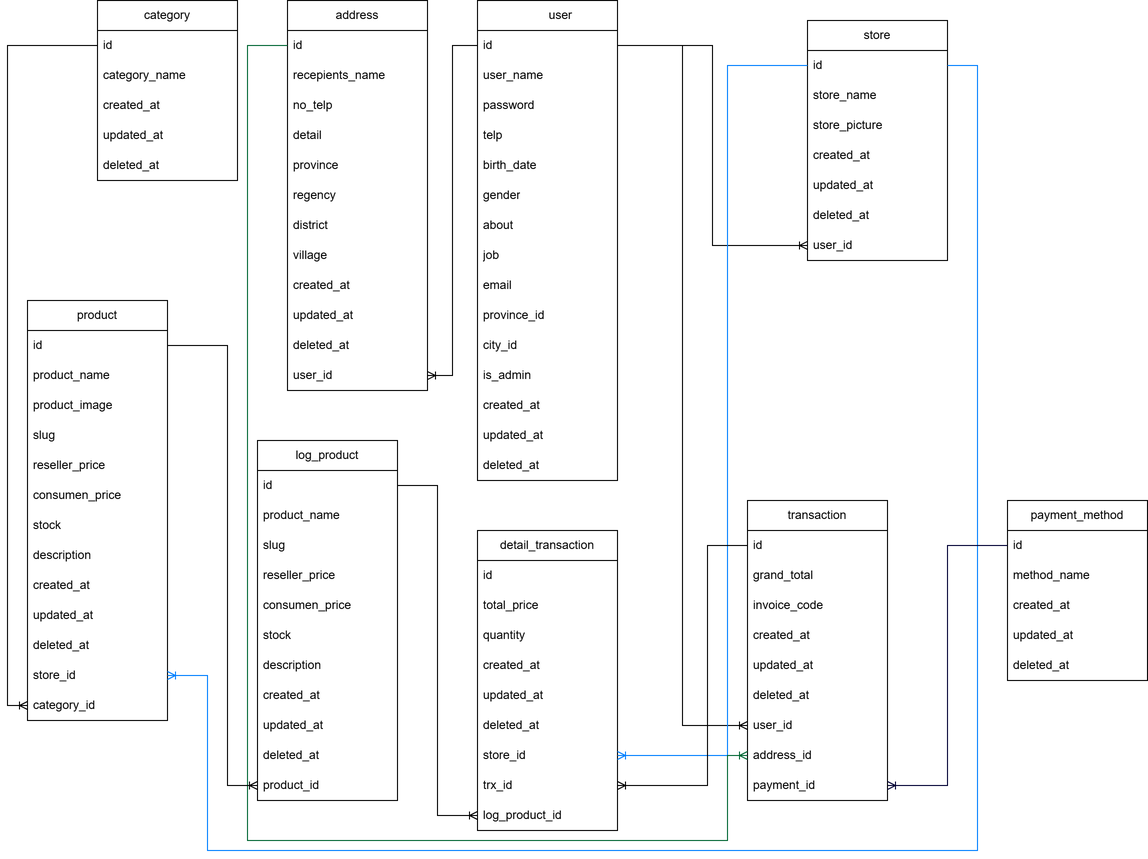
Earlier version of the draw.io export image/ERD.png (farahraihan/Evermos_PBI). Source tidied: cells renumbered, new cells last; positions are measured from the earlier drawing's top-left corner, leaving out a move shared by most shapes.
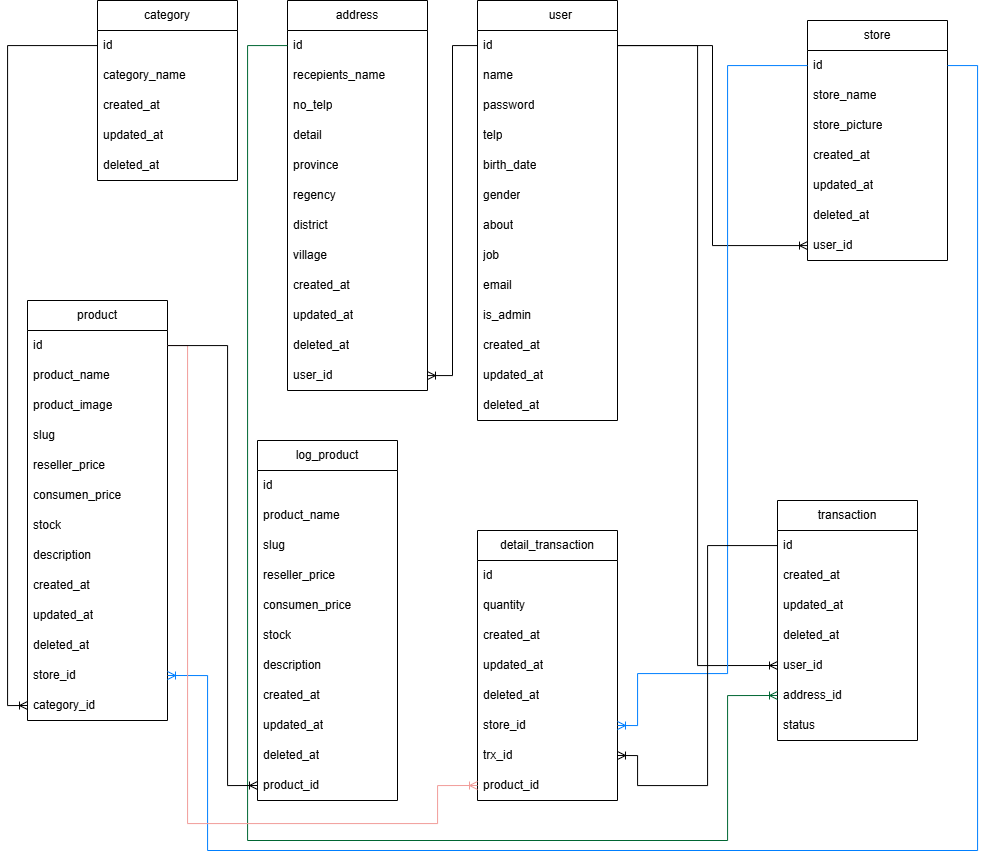
After the commit.

What changed in the source:
```diff
@@ -3,12 +3,12 @@
     <mxCell id="0" />
     <mxCell id="1" parent="0" />
     <mxCell id="2" value="&lt;span style=&quot;white-space: pre;&quot;&gt;&#9;&lt;/span&gt;user" style="swimlane;fontStyle=0;horizontal=1;startSize=30;whiteSpace=wrap;html=1;" parent="1" vertex="1">
-      <mxGeometry x="450" width="140" height="480" as="geometry" />
+      <mxGeometry x="450" width="140" height="420" as="geometry" />
     </mxCell>
     <mxCell id="3" value="id" style="text;strokeColor=none;fillColor=none;align=left;verticalAlign=middle;spacingLeft=4;spacingRight=4;overflow=hidden;points=[[0,0.5],[1,0.5]];portConstraint=eastwest;whiteSpace=wrap;html=1;" parent="2" vertex="1">
       <mxGeometry y="30" width="140" height="30" as="geometry" />
     </mxCell>
-    <mxCell id="4" value="user_name" style="text;strokeColor=none;fillColor=none;align=left;verticalAlign=middle;spacingLeft=4;spacingRight=4;overflow=hidden;whiteSpace=wrap;html=1;" parent="2" vertex="1">
+    <mxCell id="4" value="name" style="text;strokeColor=none;fillColor=none;align=left;verticalAlign=middle;spacingLeft=4;spacingRight=4;overflow=hidden;whiteSpace=wrap;html=1;" parent="2" vertex="1">
       <mxGeometry y="60" width="140" height="30" as="geometry" />
     </mxCell>
     <mxCell id="5" value="password" style="text;strokeColor=none;fillColor=none;align=left;verticalAlign=middle;spacingLeft=4;spacingRight=4;overflow=hidden;whiteSpace=wrap;html=1;" parent="2" vertex="1">
@@ -32,23 +32,17 @@
     <mxCell id="11" value="email" style="text;strokeColor=none;fillColor=none;align=left;verticalAlign=middle;spacingLeft=4;spacingRight=4;overflow=hidden;whiteSpace=wrap;html=1;" parent="2" vertex="1">
       <mxGeometry y="270" width="140" height="30" as="geometry" />
     </mxCell>
-    <mxCell id="12" value="province_id" style="text;strokeColor=none;fillColor=none;align=left;verticalAlign=middle;spacingLeft=4;spacingRight=4;overflow=hidden;whiteSpace=wrap;html=1;" parent="2" vertex="1">
-      <mxGeometry y="300" width="140" height="30" as="geometry" />
-    </mxCell>
-    <mxCell id="13" value="city_id" style="text;strokeColor=none;fillColor=none;align=left;verticalAlign=middle;spacingLeft=4;spacingRight=4;overflow=hidden;whiteSpace=wrap;html=1;" parent="2" vertex="1">
-      <mxGeometry y="330" width="140" height="30" as="geometry" />
-    </mxCell>
     <mxCell id="14" value="is_admin" style="text;strokeColor=none;fillColor=none;align=left;verticalAlign=middle;spacingLeft=4;spacingRight=4;overflow=hidden;whiteSpace=wrap;html=1;" parent="2" vertex="1">
-      <mxGeometry y="360" width="140" height="30" as="geometry" />
+      <mxGeometry y="300" width="140" height="30" as="geometry" />
     </mxCell>
     <mxCell id="15" value="created_at" style="text;strokeColor=none;fillColor=none;align=left;verticalAlign=middle;spacingLeft=4;spacingRight=4;overflow=hidden;whiteSpace=wrap;html=1;" parent="2" vertex="1">
-      <mxGeometry y="390" width="140" height="30" as="geometry" />
+      <mxGeometry y="330" width="140" height="30" as="geometry" />
     </mxCell>
     <mxCell id="16" value="updated_at" style="text;strokeColor=none;fillColor=none;align=left;verticalAlign=middle;spacingLeft=4;spacingRight=4;overflow=hidden;whiteSpace=wrap;html=1;" parent="2" vertex="1">
-      <mxGeometry y="420" width="140" height="30" as="geometry" />
+      <mxGeometry y="360" width="140" height="30" as="geometry" />
     </mxCell>
     <mxCell id="17" value="deleted_at" style="text;strokeColor=none;fillColor=none;align=left;verticalAlign=middle;spacingLeft=4;spacingRight=4;overflow=hidden;whiteSpace=wrap;html=1;" parent="2" vertex="1">
-      <mxGeometry y="450" width="140" height="30" as="geometry" />
+      <mxGeometry y="390" width="140" height="30" as="geometry" />
     </mxCell>
     <mxCell id="18" value="product" style="swimlane;fontStyle=0;horizontal=1;startSize=30;whiteSpace=wrap;html=1;" parent="1" vertex="1">
       <mxGeometry y="300" width="140" height="420" as="geometry" />
@@ -174,82 +168,55 @@
       <mxGeometry y="360" width="140" height="30" as="geometry" />
     </mxCell>
     <mxCell id="59" value="transaction" style="swimlane;fontStyle=0;horizontal=1;startSize=30;whiteSpace=wrap;html=1;" parent="1" vertex="1">
-      <mxGeometry x="720" y="500" width="140" height="300" as="geometry" />
+      <mxGeometry x="750" y="500" width="140" height="240" as="geometry" />
     </mxCell>
     <mxCell id="60" value="id" style="text;strokeColor=none;fillColor=none;align=left;verticalAlign=middle;spacingLeft=4;spacingRight=4;overflow=hidden;points=[[0,0.5],[1,0.5]];portConstraint=eastwest;whiteSpace=wrap;html=1;" parent="59" vertex="1">
       <mxGeometry y="30" width="140" height="30" as="geometry" />
     </mxCell>
-    <mxCell id="61" value="grand_total" style="text;strokeColor=none;fillColor=none;align=left;verticalAlign=middle;spacingLeft=4;spacingRight=4;overflow=hidden;whiteSpace=wrap;html=1;" parent="59" vertex="1">
-      <mxGeometry y="60" width="140" height="30" as="geometry" />
-    </mxCell>
-    <mxCell id="62" value="invoice_code" style="text;strokeColor=none;fillColor=none;align=left;verticalAlign=middle;spacingLeft=4;spacingRight=4;overflow=hidden;whiteSpace=wrap;html=1;" parent="59" vertex="1">
-      <mxGeometry y="90" width="140" height="30" as="geometry" />
-    </mxCell>
     <mxCell id="63" value="created_at" style="text;strokeColor=none;fillColor=none;align=left;verticalAlign=middle;spacingLeft=4;spacingRight=4;overflow=hidden;whiteSpace=wrap;html=1;" parent="59" vertex="1">
-      <mxGeometry y="120" width="140" height="30" as="geometry" />
+      <mxGeometry y="60" width="140" height="30" as="geometry" />
     </mxCell>
     <mxCell id="64" value="updated_at" style="text;strokeColor=none;fillColor=none;align=left;verticalAlign=middle;spacingLeft=4;spacingRight=4;overflow=hidden;whiteSpace=wrap;html=1;" parent="59" vertex="1">
-      <mxGeometry y="150" width="140" height="30" as="geometry" />
+      <mxGeometry y="90" width="140" height="30" as="geometry" />
     </mxCell>
     <mxCell id="65" value="deleted_at" style="text;strokeColor=none;fillColor=none;align=left;verticalAlign=middle;spacingLeft=4;spacingRight=4;overflow=hidden;whiteSpace=wrap;html=1;" parent="59" vertex="1">
-      <mxGeometry y="180" width="140" height="30" as="geometry" />
+      <mxGeometry y="120" width="140" height="30" as="geometry" />
     </mxCell>
     <mxCell id="66" value="user_id" style="text;strokeColor=none;fillColor=none;align=left;verticalAlign=middle;spacingLeft=4;spacingRight=4;overflow=hidden;points=[[0,0.5],[1,0.5]];portConstraint=eastwest;whiteSpace=wrap;html=1;" parent="59" vertex="1">
-      <mxGeometry y="210" width="140" height="30" as="geometry" />
+      <mxGeometry y="150" width="140" height="30" as="geometry" />
     </mxCell>
     <mxCell id="67" value="address_id" style="text;strokeColor=none;fillColor=none;align=left;verticalAlign=middle;spacingLeft=4;spacingRight=4;overflow=hidden;points=[[0,0.5],[1,0.5]];portConstraint=eastwest;whiteSpace=wrap;html=1;" parent="59" vertex="1">
-      <mxGeometry y="240" width="140" height="30" as="geometry" />
+      <mxGeometry y="180" width="140" height="30" as="geometry" />
     </mxCell>
-    <mxCell id="68" value="payment_id" style="text;strokeColor=none;fillColor=none;align=left;verticalAlign=middle;spacingLeft=4;spacingRight=4;overflow=hidden;points=[[0,0.5],[1,0.5]];portConstraint=eastwest;whiteSpace=wrap;html=1;" parent="59" vertex="1">
-      <mxGeometry y="270" width="140" height="30" as="geometry" />
-    </mxCell>
-    <mxCell id="69" value="payment_method" style="swimlane;fontStyle=0;horizontal=1;startSize=30;whiteSpace=wrap;html=1;" parent="1" vertex="1">
-      <mxGeometry x="980" y="500" width="140" height="180" as="geometry" />
-    </mxCell>
-    <mxCell id="70" value="id" style="text;strokeColor=none;fillColor=none;align=left;verticalAlign=middle;spacingLeft=4;spacingRight=4;overflow=hidden;points=[[0,0.5],[1,0.5]];portConstraint=eastwest;whiteSpace=wrap;html=1;" parent="69" vertex="1">
-      <mxGeometry y="30" width="140" height="30" as="geometry" />
-    </mxCell>
-    <mxCell id="71" value="method_name" style="text;strokeColor=none;fillColor=none;align=left;verticalAlign=middle;spacingLeft=4;spacingRight=4;overflow=hidden;whiteSpace=wrap;html=1;" parent="69" vertex="1">
-      <mxGeometry y="60" width="140" height="30" as="geometry" />
-    </mxCell>
-    <mxCell id="72" value="created_at" style="text;strokeColor=none;fillColor=none;align=left;verticalAlign=middle;spacingLeft=4;spacingRight=4;overflow=hidden;whiteSpace=wrap;html=1;" parent="69" vertex="1">
-      <mxGeometry y="90" width="140" height="30" as="geometry" />
-    </mxCell>
-    <mxCell id="73" value="updated_at" style="text;strokeColor=none;fillColor=none;align=left;verticalAlign=middle;spacingLeft=4;spacingRight=4;overflow=hidden;whiteSpace=wrap;html=1;" parent="69" vertex="1">
-      <mxGeometry y="120" width="140" height="30" as="geometry" />
-    </mxCell>
-    <mxCell id="74" value="deleted_at" style="text;strokeColor=none;fillColor=none;align=left;verticalAlign=middle;spacingLeft=4;spacingRight=4;overflow=hidden;whiteSpace=wrap;html=1;" parent="69" vertex="1">
-      <mxGeometry y="150" width="140" height="30" as="geometry" />
-    </mxCell>
+    <mxCell id="108" value="status" style="text;strokeColor=none;fillColor=none;align=left;verticalAlign=middle;spacingLeft=4;spacingRight=4;overflow=hidden;whiteSpace=wrap;html=1;" parent="59" vertex="1">
+      <mxGeometry y="210" width="140" height="30" as="geometry" />
+    </mxCell>
     <mxCell id="75" value="detail_transaction" style="swimlane;fontStyle=0;horizontal=1;startSize=30;whiteSpace=wrap;html=1;" parent="1" vertex="1">
-      <mxGeometry x="450" y="530" width="140" height="300" as="geometry" />
+      <mxGeometry x="450" y="530" width="140" height="270" as="geometry" />
     </mxCell>
     <mxCell id="76" value="id" style="text;strokeColor=none;fillColor=none;align=left;verticalAlign=middle;spacingLeft=4;spacingRight=4;overflow=hidden;whiteSpace=wrap;html=1;" parent="75" vertex="1">
       <mxGeometry y="30" width="140" height="30" as="geometry" />
     </mxCell>
-    <mxCell id="77" value="total_price" style="text;strokeColor=none;fillColor=none;align=left;verticalAlign=middle;spacingLeft=4;spacingRight=4;overflow=hidden;whiteSpace=wrap;html=1;" parent="75" vertex="1">
-      <mxGeometry y="60" width="140" height="30" as="geometry" />
-    </mxCell>
     <mxCell id="78" value="quantity" style="text;strokeColor=none;fillColor=none;align=left;verticalAlign=middle;spacingLeft=4;spacingRight=4;overflow=hidden;whiteSpace=wrap;html=1;" parent="75" vertex="1">
-      <mxGeometry y="90" width="140" height="30" as="geometry" />
+      <mxGeometry y="60" width="140" height="30" as="geometry" />
     </mxCell>
     <mxCell id="79" value="created_at" style="text;strokeColor=none;fillColor=none;align=left;verticalAlign=middle;spacingLeft=4;spacingRight=4;overflow=hidden;whiteSpace=wrap;html=1;" parent="75" vertex="1">
-      <mxGeometry y="120" width="140" height="30" as="geometry" />
+      <mxGeometry y="90" width="140" height="30" as="geometry" />
     </mxCell>
     <mxCell id="80" value="updated_at" style="text;strokeColor=none;fillColor=none;align=left;verticalAlign=middle;spacingLeft=4;spacingRight=4;overflow=hidden;whiteSpace=wrap;html=1;" parent="75" vertex="1">
-      <mxGeometry y="150" width="140" height="30" as="geometry" />
+      <mxGeometry y="120" width="140" height="30" as="geometry" />
     </mxCell>
     <mxCell id="81" value="deleted_at" style="text;strokeColor=none;fillColor=none;align=left;verticalAlign=middle;spacingLeft=4;spacingRight=4;overflow=hidden;whiteSpace=wrap;html=1;" parent="75" vertex="1">
-      <mxGeometry y="180" width="140" height="30" as="geometry" />
+      <mxGeometry y="150" width="140" height="30" as="geometry" />
     </mxCell>
     <mxCell id="82" value="store_id" style="text;strokeColor=none;fillColor=none;align=left;verticalAlign=middle;spacingLeft=4;spacingRight=4;overflow=hidden;points=[[0,0.5],[1,0.5]];portConstraint=eastwest;whiteSpace=wrap;html=1;" parent="75" vertex="1">
-      <mxGeometry y="210" width="140" height="30" as="geometry" />
+      <mxGeometry y="180" width="140" height="30" as="geometry" />
     </mxCell>
     <mxCell id="83" value="trx_id" style="text;strokeColor=none;fillColor=none;align=left;verticalAlign=middle;spacingLeft=4;spacingRight=4;overflow=hidden;points=[[0,0.5],[1,0.5]];portConstraint=eastwest;whiteSpace=wrap;html=1;" parent="75" vertex="1">
-      <mxGeometry y="240" width="140" height="30" as="geometry" />
+      <mxGeometry y="210" width="140" height="30" as="geometry" />
     </mxCell>
-    <mxCell id="84" value="log_product_id" style="text;strokeColor=none;fillColor=none;align=left;verticalAlign=middle;spacingLeft=4;spacingRight=4;overflow=hidden;points=[[0,0.5],[1,0.5]];portConstraint=eastwest;whiteSpace=wrap;html=1;" parent="75" vertex="1">
-      <mxGeometry y="270" width="140" height="30" as="geometry" />
+    <mxCell id="84" value="&lt;div&gt;&lt;span style=&quot;background-color: transparent; color: light-dark(rgb(0, 0, 0), rgb(255, 255, 255));&quot;&gt;product_id&lt;/span&gt;&lt;/div&gt;" style="text;strokeColor=none;fillColor=none;align=left;verticalAlign=middle;spacingLeft=4;spacingRight=4;overflow=hidden;points=[[0,0.5],[1,0.5]];portConstraint=eastwest;whiteSpace=wrap;html=1;" parent="75" vertex="1">
+      <mxGeometry y="240" width="140" height="30" as="geometry" />
     </mxCell>
     <mxCell id="85" value="log_product" style="swimlane;fontStyle=0;horizontal=1;startSize=30;whiteSpace=wrap;html=1;" parent="1" vertex="1">
       <mxGeometry x="230" y="440" width="140" height="360" as="geometry" />
@@ -300,7 +267,9 @@
       <mxGeometry relative="1" as="geometry">
         <Array as="points">
           <mxPoint x="700" y="65" />
-          <mxPoint x="700" y="755" />
+          <mxPoint x="700" y="673" />
+          <mxPoint x="610" y="673" />
+          <mxPoint x="610" y="725" />
         </Array>
       </mxGeometry>
     </mxCell>
@@ -314,16 +283,13 @@
         </Array>
       </mxGeometry>
     </mxCell>
-    <mxCell id="102" style="edgeStyle=orthogonalEdgeStyle;rounded=0;jettySize=auto;html=1;entryX=1;entryY=0.5;entryDx=0;entryDy=0;strokeColor=#000033;endArrow=ERoneToMany;endFill=0;" parent="1" edge="1" source="70" target="68">
-      <mxGeometry relative="1" as="geometry" />
-    </mxCell>
     <mxCell id="103" style="edgeStyle=orthogonalEdgeStyle;rounded=0;jettySize=auto;html=1;entryX=0;entryY=0.5;entryDx=0;entryDy=0;endArrow=ERoneToMany;endFill=0;strokeColor=#006633;" parent="1" edge="1" source="47" target="67">
       <mxGeometry relative="1" as="geometry">
         <Array as="points">
           <mxPoint x="220" y="45" />
           <mxPoint x="220" y="840" />
           <mxPoint x="700" y="840" />
-          <mxPoint x="700" y="755" />
+          <mxPoint x="700" y="695" />
         </Array>
       </mxGeometry>
     </mxCell>
@@ -332,11 +298,20 @@
         <Array as="points">
           <mxPoint x="680" y="545" />
           <mxPoint x="680" y="785" />
+          <mxPoint x="610" y="785" />
+          <mxPoint x="610" y="755" />
         </Array>
       </mxGeometry>
     </mxCell>
-    <mxCell id="105" style="edgeStyle=orthogonalEdgeStyle;rounded=0;jettySize=auto;html=1;entryX=0;entryY=0.5;entryDx=0;entryDy=0;endArrow=ERoneToMany;endFill=0;" parent="1" edge="1" source="86" target="84">
-      <mxGeometry relative="1" as="geometry" />
+    <mxCell id="105" style="edgeStyle=orthogonalEdgeStyle;rounded=0;jettySize=auto;html=1;entryX=0;entryY=0.5;entryDx=0;entryDy=0;endArrow=ERoneToMany;endFill=0;exitX=1;exitY=0.5;exitDx=0;exitDy=0;strokeColor=#F19C99;" parent="1" edge="1" source="19" target="84">
+      <mxGeometry relative="1" as="geometry">
+        <Array as="points">
+          <mxPoint x="160" y="345" />
+          <mxPoint x="160" y="823" />
+          <mxPoint x="410" y="823" />
+          <mxPoint x="410" y="785" />
+        </Array>
+      </mxGeometry>
     </mxCell>
     <mxCell id="106" style="edgeStyle=orthogonalEdgeStyle;rounded=0;jettySize=auto;html=1;entryX=0;entryY=0.5;entryDx=0;entryDy=0;endArrow=ERoneToMany;endFill=0;" parent="1" edge="1" source="19" target="96">
       <mxGeometry relative="1" as="geometry">
```
